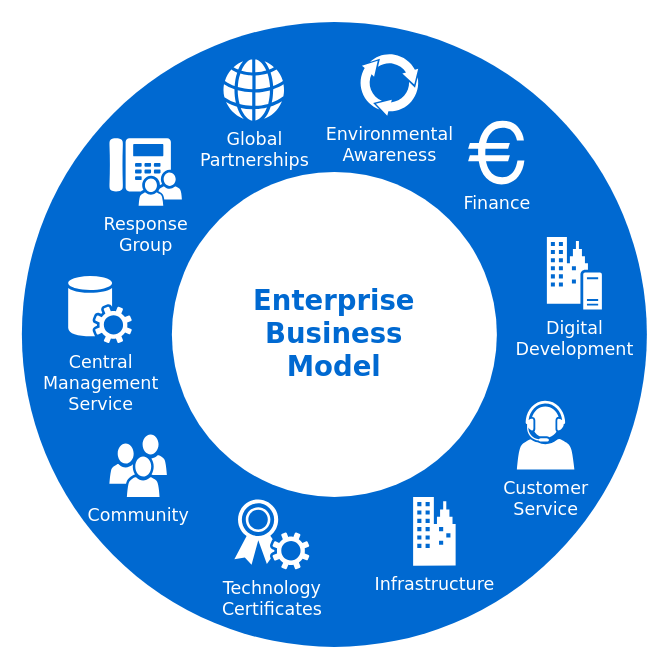
Before: Untitled Diagram.drawio in wushouzhong/bjnongyeyuan, a draw.io diagram. Source tidied: cells renumbered, new cells numbered last; positions are measured from the earlier drawing's top-left corner, leaving out a move shared by most shapes. Both pictures are drawn from the tidied source at 125%, with x=0, y=0 at pixel (21, 21).
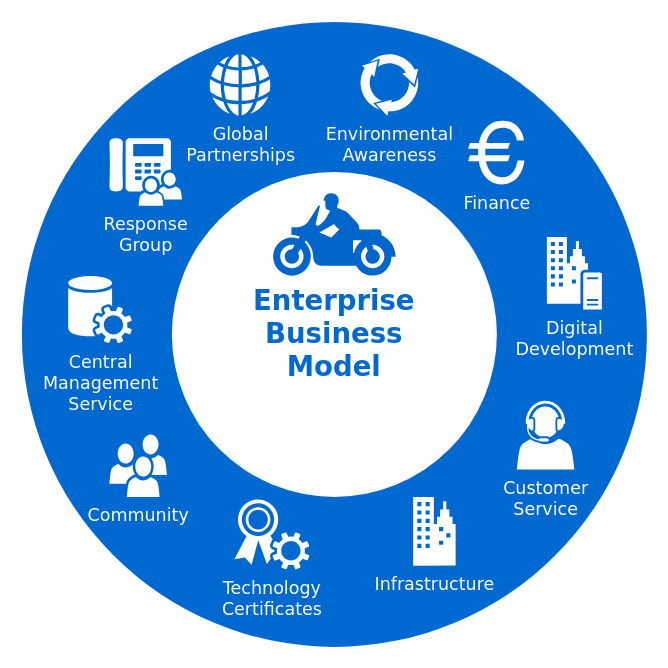
The same diagram, later.

Change to the diagram source:
```diff
@@
 <mxGraphModel background="#ffffff">
   <root>
     <mxCell id="0" />
     <mxCell id="1" parent="0" />
     <mxCell id="2" style="ellipse;whiteSpace=wrap;html=1;rounded=0;shadow=0;comic=0;strokeWidth=1;fontFamily=Verdana;fontSize=14;strokeColor=none;fillColor=#0069D1;" parent="1" vertex="1">
       <mxGeometry width="500" height="500" as="geometry" />
     </mxCell>
     <mxCell id="3" value="Enterprise&lt;div&gt;Business&lt;/div&gt;&lt;div&gt;Model&lt;/div&gt;" style="ellipse;whiteSpace=wrap;html=1;rounded=0;shadow=0;comic=0;strokeWidth=1;fontFamily=Verdana;fontSize=22;strokeColor=none;fillColor=#ffffff;fontColor=#0069D1;fontStyle=1;" parent="1" vertex="1">
       <mxGeometry x="120" y="120" width="260" height="260" as="geometry" />
     </mxCell>
     <mxCell id="4" value="Community" style="shadow=0;dashed=0;html=1;strokeColor=none;fillColor=#ffffff;labelPosition=center;verticalLabelPosition=bottom;verticalAlign=top;shape=mxgraph.office.users.users;rounded=0;comic=0;fontFamily=Verdana;fontSize=14;fontColor=#FFFFFF;" parent="1" vertex="1">
       <mxGeometry x="70" y="330" width="46" height="50" as="geometry" />
     </mxCell>
     <mxCell id="5" value="Customer&lt;div&gt;Service&lt;/div&gt;" style="shadow=0;dashed=0;html=1;strokeColor=none;fillColor=#ffffff;labelPosition=center;verticalLabelPosition=bottom;verticalAlign=top;shape=mxgraph.office.users.call_center_agent;rounded=0;comic=0;fontFamily=Verdana;fontSize=14;fontColor=#FFFFFF;" parent="1" vertex="1">
       <mxGeometry x="396" y="303" width="46" height="55" as="geometry" />
     </mxCell>
     <mxCell id="6" value="Response&lt;div&gt;Group&lt;/div&gt;" style="shadow=0;dashed=0;html=1;strokeColor=none;fillColor=#ffffff;labelPosition=center;verticalLabelPosition=bottom;verticalAlign=top;shape=mxgraph.office.users.response_group;rounded=0;comic=0;fontFamily=Verdana;fontSize=14;fontColor=#FFFFFF;" parent="1" vertex="1">
       <mxGeometry x="70" y="93" width="58" height="54" as="geometry" />
     </mxCell>
     <mxCell id="7" value="Central&lt;div&gt;Management&lt;/div&gt;&lt;div&gt;Service&lt;/div&gt;" style="shadow=0;dashed=0;html=1;strokeColor=none;fillColor=#ffffff;labelPosition=center;verticalLabelPosition=bottom;verticalAlign=top;shape=mxgraph.office.services.central_management_service;rounded=0;comic=0;fontFamily=Verdana;fontSize=14;fontColor=#FFFFFF;" parent="1" vertex="1">
       <mxGeometry x="37" y="203" width="51" height="54" as="geometry" />
     </mxCell>
     <mxCell id="8" value="Digital&lt;div&gt;Development&lt;/div&gt;" style="shadow=0;dashed=0;html=1;strokeColor=none;fillColor=#ffffff;labelPosition=center;verticalLabelPosition=bottom;verticalAlign=top;shape=mxgraph.office.servers.on_premises_server;rounded=0;comic=0;fontFamily=Verdana;fontSize=14;fontColor=#FFFFFF;" parent="1" vertex="1">
       <mxGeometry x="420" y="172" width="44" height="58" as="geometry" />
     </mxCell>
     <mxCell id="9" value="Technology&lt;div&gt;Certificates&lt;/div&gt;" style="shadow=0;dashed=0;html=1;strokeColor=none;fillColor=#ffffff;labelPosition=center;verticalLabelPosition=bottom;verticalAlign=top;shape=mxgraph.office.security.token_service;rounded=0;comic=0;fontFamily=Verdana;fontSize=14;fontColor=#FFFFFF;" parent="1" vertex="1">
       <mxGeometry x="170" y="382" width="60" height="56" as="geometry" />
     </mxCell>
     <mxCell id="10" value="Infrastructure" style="shadow=0;dashed=0;html=1;strokeColor=none;fillColor=#ffffff;labelPosition=center;verticalLabelPosition=bottom;verticalAlign=top;shape=mxgraph.office.concepts.on_premises;rounded=0;comic=0;fontFamily=Verdana;fontSize=14;fontColor=#FFFFFF;" parent="1" vertex="1">
       <mxGeometry x="313" y="380" width="34" height="55" as="geometry" />
     </mxCell>
     <mxCell id="11" value="Global&lt;div&gt;Partnerships&lt;/div&gt;" style="shadow=0;dashed=0;html=1;strokeColor=none;fillColor=#ffffff;labelPosition=center;verticalLabelPosition=bottom;verticalAlign=top;shape=mxgraph.office.concepts.globe_internet;rounded=0;comic=0;fontFamily=Verdana;fontSize=14;fontColor=#FFFFFF;" parent="1" vertex="1">
-      <mxGeometry x="161" y="30" width="49" height="49" as="geometry" />
+      <mxGeometry x="150" y="26" width="49" height="49" as="geometry" />
     </mxCell>
     <mxCell id="12" value="Environmental&lt;div&gt;Awareness&lt;/div&gt;" style="shadow=0;dashed=0;html=1;strokeColor=none;shape=mxgraph.mscae.general.continuous_cycle;fillColor=#ffffff;rounded=0;comic=0;fontFamily=Verdana;fontSize=14;fontColor=#FFFFFF;verticalAlign=top;labelPosition=center;verticalLabelPosition=bottom;align=center;" parent="1" vertex="1">
       <mxGeometry x="270" y="25" width="48" height="50" as="geometry" />
     </mxCell>
     <mxCell id="13" value="Finance" style="shape=mxgraph.signs.travel.euro;html=1;fillColor=#ffffff;strokeColor=none;verticalLabelPosition=bottom;verticalAlign=top;align=center;rounded=0;shadow=0;dashed=0;comic=0;fontFamily=Verdana;fontSize=14;fontColor=#FFFFFF;" parent="1" vertex="1">
       <mxGeometry x="357" y="79" width="45" height="51" as="geometry" />
     </mxCell>
+    <mxCell id="14" style="shape=mxgraph.signs.transportation.motorcycle;html=1;strokeColor=none;verticalLabelPosition=bottom;verticalAlign=top;align=center;fillColor=#0066CC;" parent="1" vertex="1">
+      <mxGeometry x="201" y="137" width="98" height="66" as="geometry" />
+    </mxCell>
   </root>
 </mxGraphModel>
```
